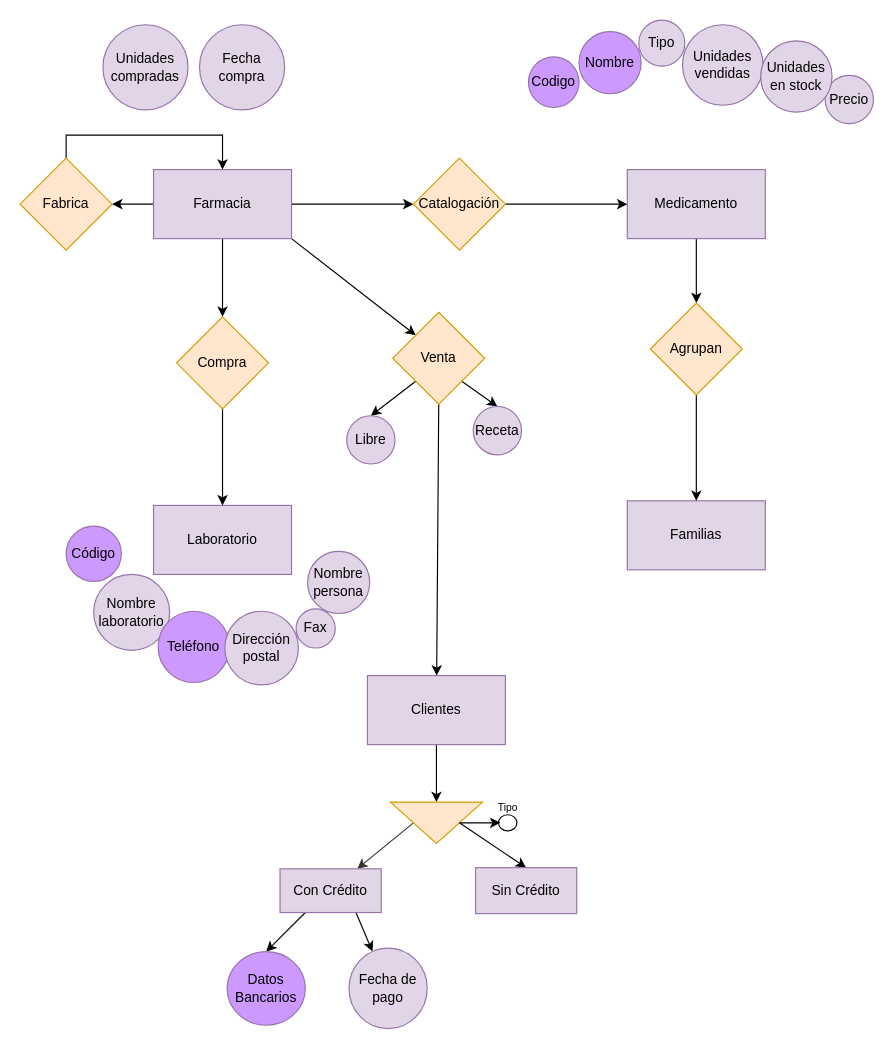
Nestor-svg/Modelo-entidad-relacion.-Farmacia keeps this draw.io diagram as Modelo entidad-relación. Farmacia .drawio. Above is the earlier version. Source tidied: cells renumbered, new cells numbered last; positions are measured from the earlier drawing's top-left corner, leaving out a move shared by most shapes. Both pictures are drawn from the tidied source at 115%, with x=0, y=0 at pixel (20, 20).
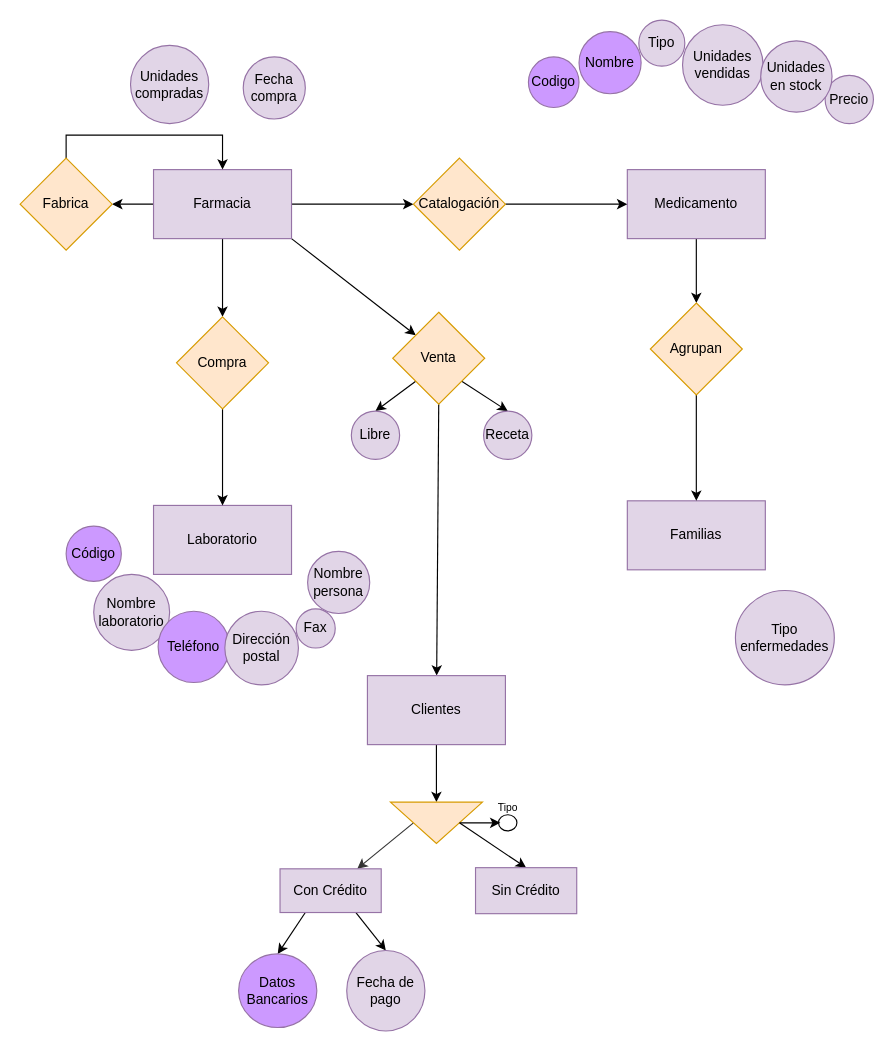
Above is the later version.

Unchanged cells that the change refers to:
```xml
<mxCell id="46" value="Con Crédito" style="whiteSpace=wrap;html=1;fillColor=#e1d5e7;strokeColor=#9673a6;" parent="1" vertex="1">
  <mxGeometry x="226" y="738" width="88" height="38" as="geometry" />
</mxCell>
```

The edit, as a diff of the source:
```diff
@@
     <mxCell id="29" value="Unidades compradas" style="ellipse;whiteSpace=wrap;html=1;fillColor=#e1d5e7;strokeColor=#9673a6;" parent="1" vertex="1">
-      <mxGeometry x="72" y="4" width="74" height="74" as="geometry" />
+      <mxGeometry x="96" y="22" width="68" height="68" as="geometry" />
     </mxCell>
     <mxCell id="30" value="Fecha compra" style="ellipse;whiteSpace=wrap;html=1;fillColor=#e1d5e7;strokeColor=#9673a6;" parent="1" vertex="1">
-      <mxGeometry x="156" y="4" width="74" height="74" as="geometry" />
+      <mxGeometry x="194" y="32" width="54" height="54" as="geometry" />
     </mxCell>
@@
     <mxCell id="37" value="Libre" style="ellipse;whiteSpace=wrap;html=1;fillColor=#e1d5e7;strokeColor=#9673a6;" parent="1" vertex="1">
-      <mxGeometry x="284" y="344" width="42" height="42" as="geometry" />
+      <mxGeometry x="288" y="340" width="42" height="42" as="geometry" />
     </mxCell>
     <mxCell id="38" value="Receta" style="ellipse;whiteSpace=wrap;html=1;fillColor=#e1d5e7;strokeColor=#9673a6;" parent="1" vertex="1">
-      <mxGeometry x="394" y="336" width="42" height="42" as="geometry" />
+      <mxGeometry x="403" y="340" width="42" height="42" as="geometry" />
     </mxCell>
@@
-    <mxCell id="45" style="rounded=0;jettySize=auto;html=1;exitX=0.75;exitY=1;exitDx=0;exitDy=0;" parent="1" edge="1" source="46" target="52">
+    <mxCell id="45" style="rounded=0;jettySize=auto;html=1;exitX=0.75;exitY=1;exitDx=0;exitDy=0;entryX=0.5;entryY=0;entryDx=0;entryDy=0;" parent="1" edge="1" source="46" target="52">
       <mxGeometry relative="1" as="geometry" />
     </mxCell>
@@
     <mxCell id="51" value="Datos Bancarios" style="ellipse;whiteSpace=wrap;html=1;fillColor=#cc99ff;strokeColor=#9673a6;" parent="1" vertex="1">
-      <mxGeometry x="180" y="810" width="68" height="64" as="geometry" />
+      <mxGeometry x="190" y="812" width="68" height="64" as="geometry" />
     </mxCell>
     <mxCell id="52" value="Fecha de pago" style="ellipse;whiteSpace=wrap;html=1;fillColor=#e1d5e7;strokeColor=#9673a6;" parent="1" vertex="1">
-      <mxGeometry x="286" y="807" width="68" height="70" as="geometry" />
+      <mxGeometry x="284" y="809" width="68" height="70" as="geometry" />
     </mxCell>
+    <mxCell id="53" value="Tipo enfermedades" style="ellipse;whiteSpace=wrap;html=1;fillColor=#e1d5e7;strokeColor=#9673a6;" parent="1" vertex="1">
+      <mxGeometry x="622" y="496" width="86" height="82" as="geometry" />
+    </mxCell>
```
